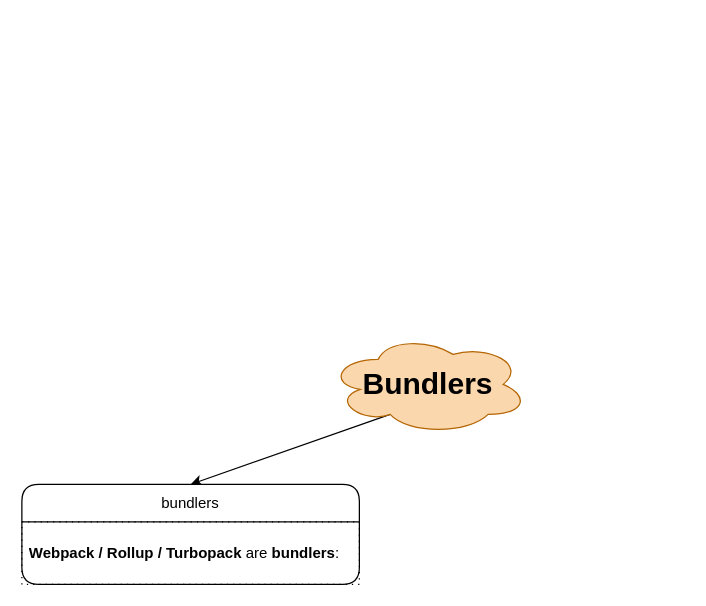
This is others/bundlers/bundlers.dio from knkrn5/Programming-Concepts, a draw.io file, before an edit. Source tidied: cells renumbered, new cells numbered last; positions are measured from the earlier drawing's top-left corner, leaving out a move shared by most shapes. Both pictures are drawn from the tidied source at 125%, with x=0, y=0 at pixel (21, 334).
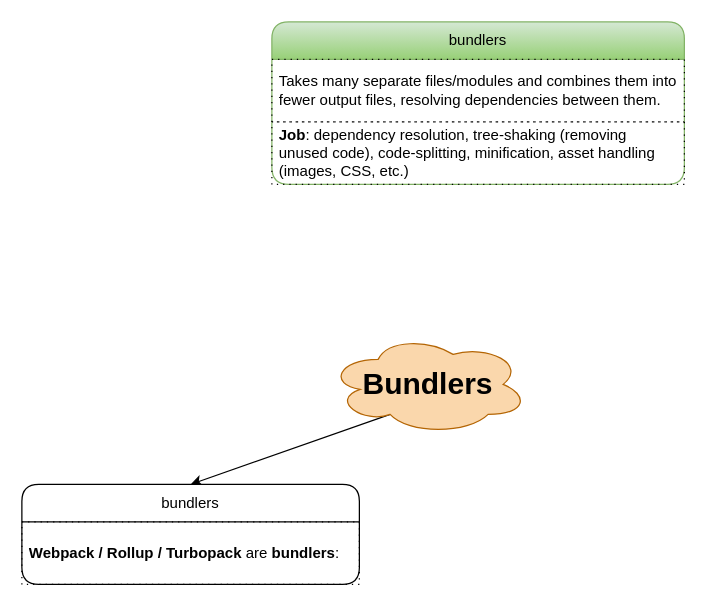
The same page after the edit.

Commit message (it also covers changes not shown here):
Enhance compliers diagram: Update dimensions and add detailed descriptions for functionality and job roles in compliers. Adjust SVG representation to reflect changes in layout and content.

What changed in the source:
```diff
@@
 <mxGraphModel background="#ffffff">
   <root>
     <mxCell id="0" />
     <mxCell id="1" parent="0" />
     <mxCell id="2" style="edgeStyle=none;html=1;exitX=0.31;exitY=0.8;exitDx=0;exitDy=0;exitPerimeter=0;entryX=0.5;entryY=0;entryDx=0;entryDy=0;" parent="1" edge="1" source="3" target="4">
       <mxGeometry relative="1" as="geometry" />
     </mxCell>
     <mxCell id="3" value="&lt;font style=&quot;font-size: 24px;&quot;&gt;&lt;b&gt;Bundlers&lt;/b&gt;&lt;/font&gt;" style="ellipse;shape=cloud;whiteSpace=wrap;html=1;fillColor=#fad7ac;strokeColor=#b46504;" parent="1" vertex="1">
       <mxGeometry x="245" width="160" height="80" as="geometry" />
     </mxCell>
     <mxCell id="4" value="bundlers" style="swimlane;fontStyle=0;horizontal=1;startSize=30;whiteSpace=wrap;html=1;rounded=1;" parent="1" vertex="1">
       <mxGeometry y="120" width="270" height="80" as="geometry" />
     </mxCell>
     <mxCell id="5" value="&lt;strong&gt;Webpack / Rollup / Turbopack&lt;/strong&gt; are &lt;strong&gt;bundlers&lt;/strong&gt;:" style="text;strokeColor=default;fillColor=none;align=left;verticalAlign=middle;spacingLeft=4;spacingRight=4;overflow=hidden;whiteSpace=wrap;html=1;dashed=1;dashPattern=1 4;" parent="4" vertex="1">
       <mxGeometry y="30" width="270" height="50" as="geometry" />
     </mxCell>
+    <mxCell id="6" value="bundlers" style="swimlane;fontStyle=0;horizontal=1;startSize=30;whiteSpace=wrap;html=1;rounded=1;fillColor=#d5e8d4;gradientColor=#97d077;strokeColor=#82b366;" parent="1" vertex="1">
+      <mxGeometry x="200" y="-250" width="330" height="130" as="geometry" />
+    </mxCell>
+    <mxCell id="7" value="Takes many separate files/modules and combines them into fewer output files, resolving dependencies between them." style="text;strokeColor=default;fillColor=none;align=left;verticalAlign=middle;spacingLeft=4;spacingRight=4;overflow=hidden;whiteSpace=wrap;html=1;dashed=1;dashPattern=1 4;" parent="6" vertex="1">
+      <mxGeometry y="30" width="330" height="50" as="geometry" />
+    </mxCell>
+    <mxCell id="8" value="&lt;strong&gt;Job&lt;/strong&gt;: dependency resolution, tree-shaking (removing unused code), code-splitting, minification, asset handling (images, CSS, etc.)" style="text;strokeColor=default;fillColor=none;align=left;verticalAlign=middle;spacingLeft=4;spacingRight=4;overflow=hidden;whiteSpace=wrap;html=1;dashed=1;dashPattern=1 4;" parent="6" vertex="1">
+      <mxGeometry y="80" width="330" height="50" as="geometry" />
+    </mxCell>
   </root>
 </mxGraphModel>
```
